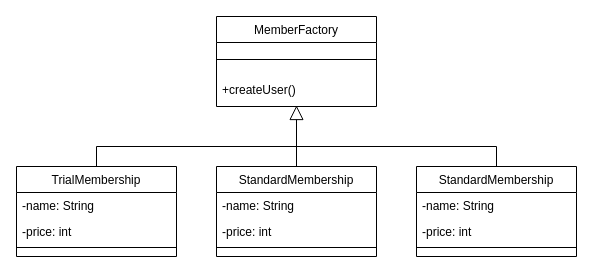
victor2996/Patterns keeps this draw.io diagram as page "Factory" (2 of 14) of UML Diagrams.drawio. Above is the earlier version. Source tidied: cells renumbered, new cells numbered last; positions are measured from the earlier drawing's top-left corner, leaving out a move shared by most shapes. Both pictures are drawn from the tidied source at 100%, with x=0, y=0 at pixel (16, 16).
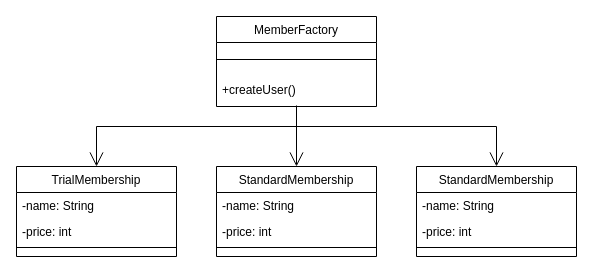
After the change.

Unchanged cells that the change refers to:
```xml
<mxCell id="4" value="+createUser()" style="text;align=left;verticalAlign=top;spacingLeft=4;spacingRight=4;overflow=hidden;points=[[0,0.5],[1,0.5]];portConstraint=eastwest;" parent="2" vertex="1">
  <mxGeometry y="60" width="160" height="30" as="geometry" />
</mxCell>
<mxCell id="5" value="StandardMembership" style="swimlane;fontStyle=0;align=center;verticalAlign=top;horizontal=1;startSize=26;rounded=0;shadow=0;strokeWidth=1;" parent="1" vertex="1">
  <mxGeometry x="200" y="150" width="160" height="90" as="geometry" />
</mxCell>
<mxCell id="10" value="TrialMembership" style="swimlane;fontStyle=0;align=center;verticalAlign=top;horizontal=1;startSize=26;rounded=0;shadow=0;strokeWidth=1;" parent="1" vertex="1">
  <mxGeometry y="150" width="160" height="90" as="geometry" />
</mxCell>
```

The edit, as a diff of the source:
```diff
@@
-    <mxCell id="9" style="edgeStyle=orthogonalEdgeStyle;rounded=0;jettySize=auto;html=1;exitX=0.5;exitY=0;exitDx=0;exitDy=0;entryX=0.5;entryY=0;entryDx=0;entryDy=0;endArrow=none;endFill=0;" parent="1" edge="1" source="10">
+    <mxCell id="9" style="edgeStyle=orthogonalEdgeStyle;rounded=0;jettySize=auto;html=1;exitX=0.5;exitY=0;exitDx=0;exitDy=0;entryX=0.5;entryY=0;entryDx=0;entryDy=0;endArrow=open;endFill=0;startArrow=open;startFill=0;endSize=12;startSize=12;" parent="1" edge="1" source="10">
       <mxGeometry relative="1" as="geometry">
         <mxPoint x="480" y="150" as="targetPoint" />
         <Array as="points">
-          <mxPoint x="80" y="130" />
-          <mxPoint x="480" y="130" />
+          <mxPoint x="80" y="110" />
+          <mxPoint x="480" y="110" />
         </Array>
       </mxGeometry>
     </mxCell>
@@
-    <mxCell id="18" style="endArrow=block;endFill=0;endSize=12;html=1;exitX=0.5;exitY=0;exitDx=0;exitDy=0;entryX=0.5;entryY=0.967;entryDx=0;entryDy=0;entryPerimeter=0;" parent="1" edge="1" source="5" target="4">
+    <mxCell id="18" style="endArrow=none;endFill=0;endSize=0;html=1;exitX=0.5;exitY=0;exitDx=0;exitDy=0;entryX=0.5;entryY=0.967;entryDx=0;entryDy=0;entryPerimeter=0;startArrow=open;startFill=0;startSize=12;" parent="1" edge="1" source="5" target="4">
       <mxGeometry relative="1" as="geometry" />
     </mxCell>
```
